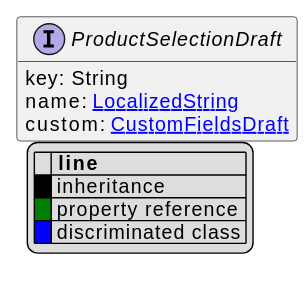
This is uml/api/svg/ProductSelectionDraft.svg from commercetools/commercetools-api-reference, a PlantUML export, as it was before one commit. Its diagram source:
```plantuml
@startuml
!pragma layout elk
hide empty fields
hide empty methods
legend
|= |= line |
|<back:black>   </back>| inheritance |
|<back:green>   </back>| property reference |
|<back:blue>   </back>| discriminated class |
endlegend
interface ProductSelectionDraft [[ProductSelectionDraft.svg]]  {
    key: String
    name: [[LocalizedString.svg LocalizedString]]
    custom: [[CustomFieldsDraft.svg CustomFieldsDraft]]
}






@enduml
```
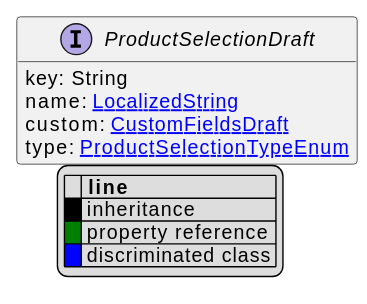
Later version of the same file.

The edit, as a diff of the source:
```diff
@@ -12,6 +12,7 @@
     key: String
     name: [[LocalizedString.svg LocalizedString]]
     custom: [[CustomFieldsDraft.svg CustomFieldsDraft]]
+    type: [[ProductSelectionTypeEnum.svg ProductSelectionTypeEnum]]
 }
 
 
```
